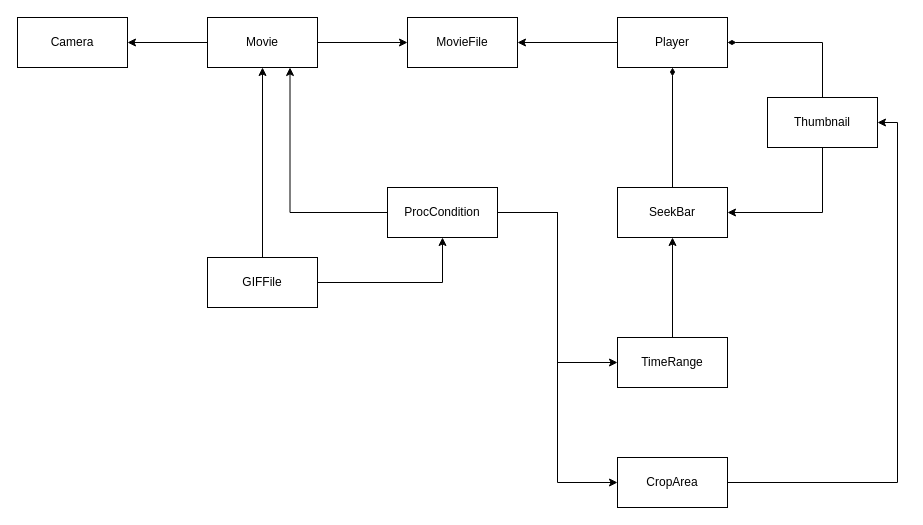
gkmaro634/SimpleGIFMaker keeps this draw.io diagram as docs/classDiagram.drawio. Above is the earlier version. Source tidied: cells renumbered, new cells numbered last; positions are measured from the earlier drawing's top-left corner, leaving out a move shared by most shapes. Both pictures are drawn from the tidied source at 100%, with x=0, y=0 at pixel (17, 17).
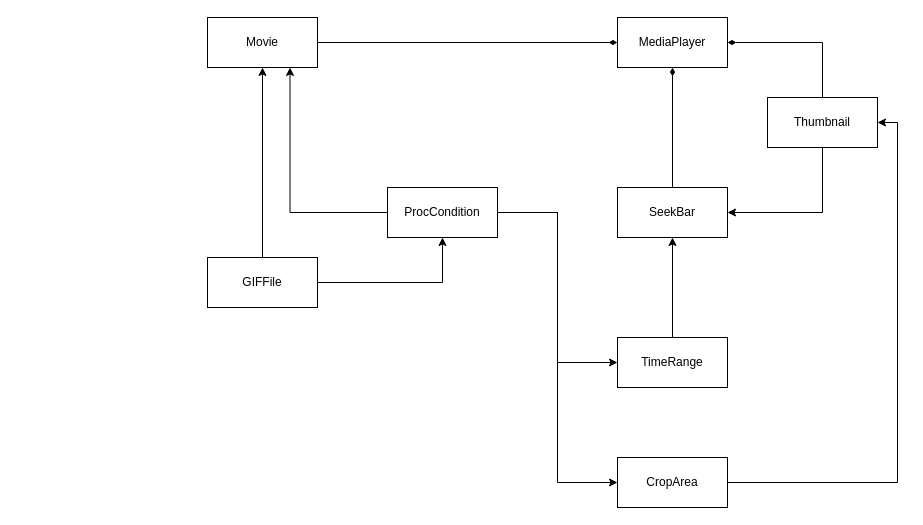
After the change.

Unchanged cells that the change refers to:
```xml
<mxCell id="5" value="Movie" style="html=1;whiteSpace=wrap;" parent="1" vertex="1">
  <mxGeometry x="190" width="110" height="50" as="geometry" />
</mxCell>
```

Diff of the diagram source:
```diff
@@
-    <mxCell id="2" value="Camera" style="html=1;whiteSpace=wrap;" parent="1" vertex="1">
-      <mxGeometry width="110" height="50" as="geometry" />
-    </mxCell>
-    <mxCell id="3" style="edgeStyle=orthogonalEdgeStyle;rounded=0;jettySize=auto;html=1;" parent="1" edge="1" source="5" target="2">
-      <mxGeometry relative="1" as="geometry" />
-    </mxCell>
-    <mxCell id="4" style="edgeStyle=orthogonalEdgeStyle;rounded=0;jettySize=auto;html=1;" parent="1" edge="1" source="5" target="6">
-      <mxGeometry relative="1" as="geometry" />
-    </mxCell>
+    <mxCell id="25" style="edgeStyle=orthogonalEdgeStyle;rounded=0;jettySize=auto;html=1;entryX=0;entryY=0.5;entryDx=0;entryDy=0;endArrow=diamondThin;endFill=1;" parent="1" edge="1" source="5" target="15">
+      <mxGeometry relative="1" as="geometry" />
+    </mxCell>
@@
-    <mxCell id="6" value="MovieFile" style="html=1;whiteSpace=wrap;" parent="1" vertex="1">
-      <mxGeometry x="390" width="110" height="50" as="geometry" />
-    </mxCell>
@@
-    <mxCell id="14" style="edgeStyle=orthogonalEdgeStyle;rounded=0;jettySize=auto;html=1;entryX=1;entryY=0.5;entryDx=0;entryDy=0;" parent="1" edge="1" source="15" target="6">
-      <mxGeometry relative="1" as="geometry" />
-    </mxCell>
-    <mxCell id="15" value="Player" style="html=1;whiteSpace=wrap;" parent="1" vertex="1">
+    <mxCell id="15" value="MediaPlayer" style="html=1;whiteSpace=wrap;" parent="1" vertex="1">
       <mxGeometry x="600" width="110" height="50" as="geometry" />
     </mxCell>
```
